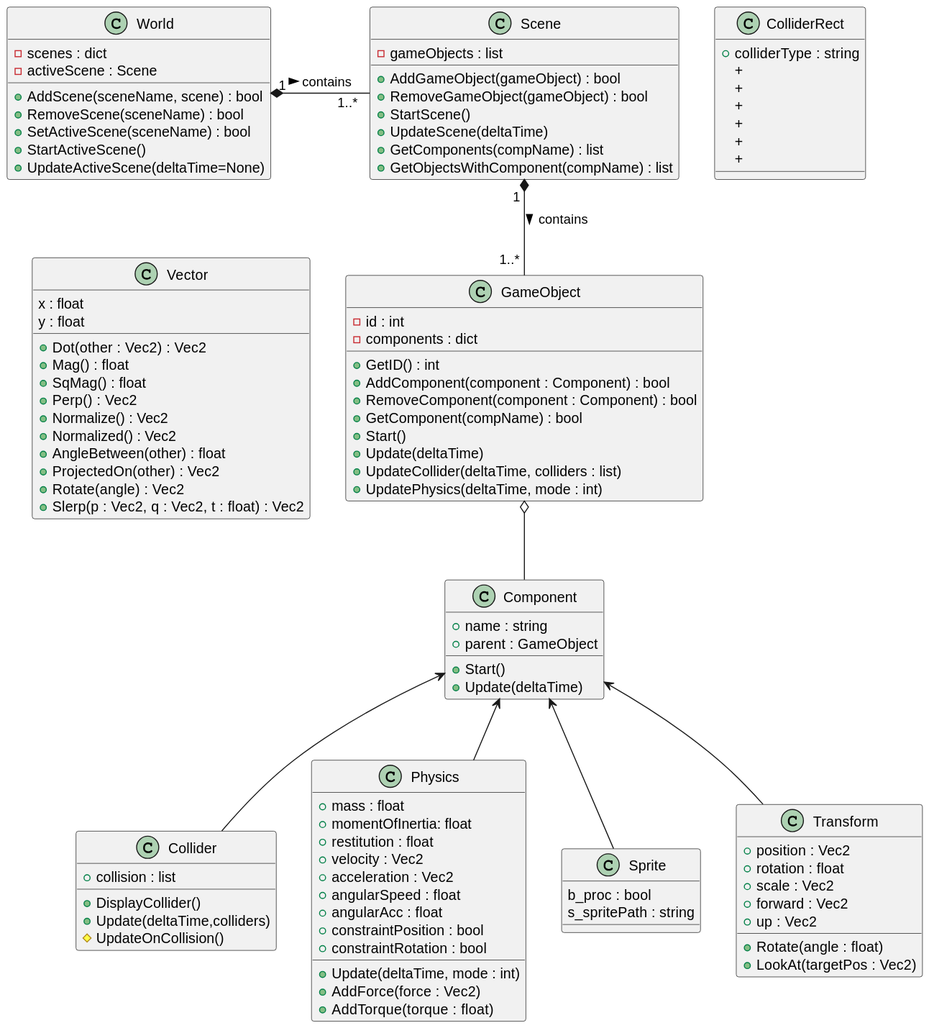
This is README-Graphics/Bouncy-Balls/UML-Diagrams/UML-Diagrams.svg from DantezMine/Bouncy-Balls, a PlantUML export, as it was before one commit. Its diagram source:
```plantuml
@startuml
skinparam backgroundColor white
    class Vector{
        {field} x : float
        {field} y : float
        {method} + Dot(other : Vec2) : Vec2
        {method} + Mag() : float
        {method} + SqMag() : float
        {method} + Perp() : Vec2
        {method} + Normalize() : Vec2
        {method} + Normalized() : Vec2
        {method} + AngleBetween(other) : float
        {method} + ProjectedOn(other) : Vec2
        {method} + Rotate(angle) : Vec2
        {method} + Slerp(p : Vec2, q : Vec2, t : float) : Vec2
    }
    class World{
        {field} - scenes : dict
        {field} - activeScene : Scene
        {method} + AddScene(sceneName, scene) : bool
        {method} + RemoveScene(sceneName) : bool
        {method} + SetActiveScene(sceneName) : bool
        {method} + StartActiveScene()
        {method} + UpdateActiveScene(deltaTime=None)
    }
    class Scene{
        {field} - gameObjects : list
        {method} + AddGameObject(gameObject) : bool
        {method} + RemoveGameObject(gameObject) : bool
        {method} + StartScene()
        {method} + UpdateScene(deltaTime)
        {method} + GetComponents(compName) : list
        {method} + GetObjectsWithComponent(compName) : list
    }

    class GameObject{
        {field} - id : int
        {field} - components : dict
        {method} + GetID() : int
        {method} + AddComponent(component : Component) : bool
        {method} + RemoveComponent(component : Component) : bool
        {method} + GetComponent(compName) : bool
        {method} + Start()
        {method} + Update(deltaTime)
        {method} + UpdateCollider(deltaTime, colliders : list)
        {method} + UpdatePhysics(deltaTime, mode : int)
    }

    class Component{
        {field} + name : string
        {field} + parent : GameObject
        {method} + Start()
        {method} + Update(deltaTime)
    }

    class Collider{
        {field} + collision : list
        {method} + DisplayCollider()
        {method} + Update(deltaTime,colliders)
        {method} # UpdateOnCollision()
    }

    class ColliderRect{
        {field} + colliderType : string
        {field} +
        {field} +
        {field} +
        {field} +
        {field} +
        {field} +
    }

    class Physics{
        {field} + mass : float
        {field} + momentOfInertia: float
        {field} + restitution : float
        {field} + velocity : Vec2
        {field} + acceleration : Vec2
        {field} + angularSpeed : float
        {field} + angularAcc : float
        {field} + constraintPosition : bool
        {field} + constraintRotation : bool
        {method} + Update(deltaTime, mode : int)
        {method} + AddForce(force : Vec2)
        {method} + AddTorque(torque : float)
    }

    class Sprite{
        {field} b_proc : bool
        {field} s_spritePath : string
    }

    class Transform{
        {field} + position : Vec2
        {field} + rotation : float
        {field} + scale : Vec2
        {field} + forward : Vec2
        {field} + up : Vec2
        {method} + Rotate(angle : float)
        {method} + LookAt(targetPos : Vec2)
    }

    World "1 " *--r "1..* " Scene : contains >
    Scene "1 " *-- "1..* " GameObject : contains >
    GameObject o-- Component
    GameObject -l[hidden] Vector
    Component <-- Collider
    Component <-- Physics
    Component <-- Sprite
    Component <-- Transform
@enduml
```
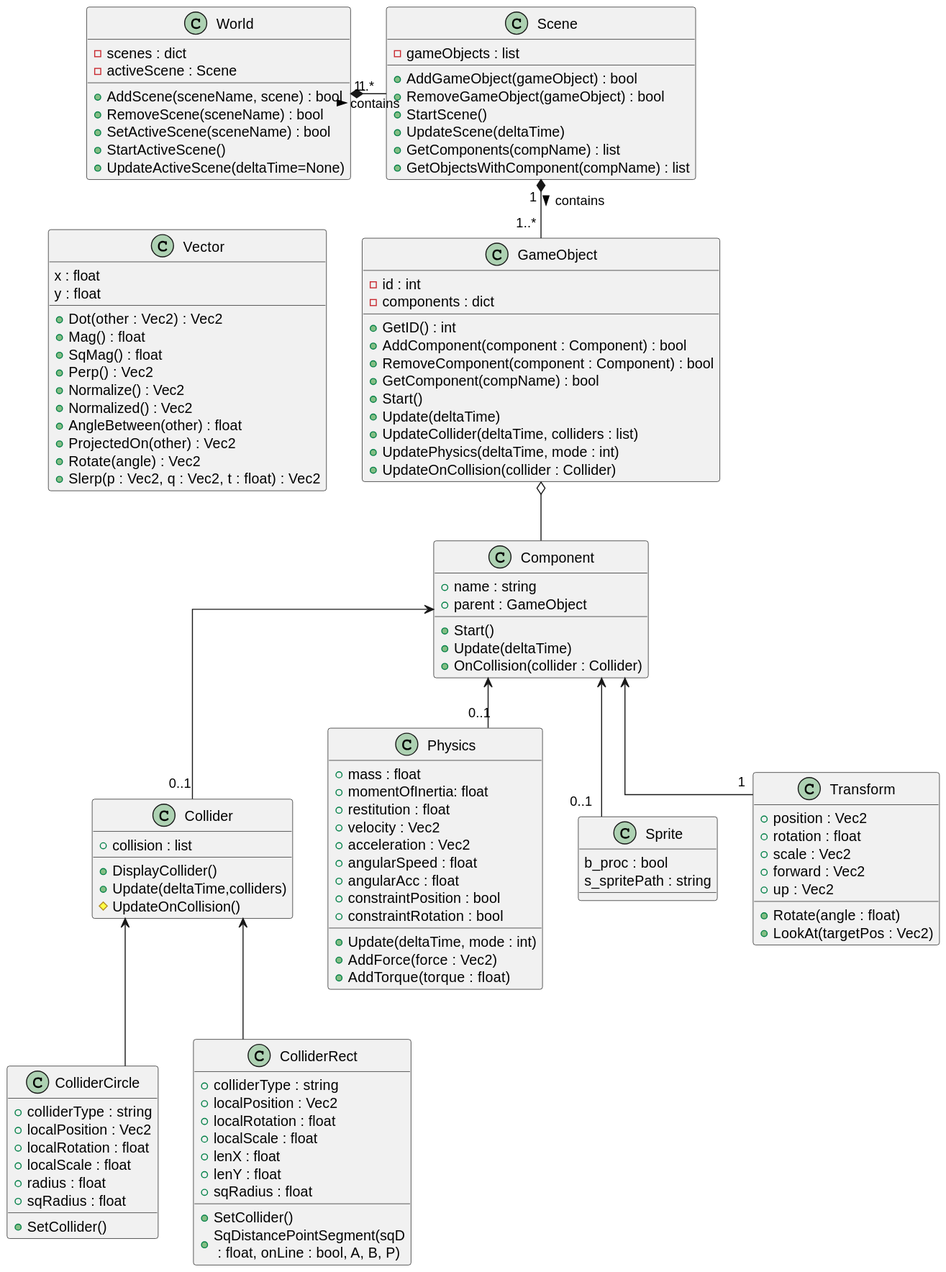
After the commit.

Commit message:
forgor exporting svg

What changed in the source:
```diff
@@ -1,5 +1,8 @@
 @startuml
 skinparam backgroundColor white
+    skinparam linetype ortho
+    skinparam ranksep 50
+
     class Vector{
         {field} x : float
         {field} y : float
@@ -44,6 +47,7 @@
         {method} + Update(deltaTime)
         {method} + UpdateCollider(deltaTime, colliders : list)
         {method} + UpdatePhysics(deltaTime, mode : int)
+        {method} + UpdateOnCollision(collider : Collider)
     }
 
     class Component{
@@ -51,6 +55,7 @@
         {field} + parent : GameObject
         {method} + Start()
         {method} + Update(deltaTime)
+        {method} + OnCollision(collider : Collider)
     }
 
     class Collider{
@@ -60,14 +65,28 @@
         {method} # UpdateOnCollision()
     }
 
+    together{
     class ColliderRect{
         {field} + colliderType : string
-        {field} +
-        {field} +
-        {field} +
-        {field} +
-        {field} +
-        {field} +
+        {field} + localPosition : Vec2
+        {field} + localRotation : float
+        {field} + localScale : float
+        {field} + lenX : float
+        {field} + lenY : float
+        {field} + sqRadius : float
+        {method} + SetCollider()
+        {method} + SqDistancePointSegment(sqD\n : float, onLine : bool, A, B, P)
+    }
+
+    class ColliderCircle{
+        {field} + colliderType : string
+        {field} + localPosition : Vec2
+        {field} + localRotation : float
+        {field} + localScale : float
+        {field} + radius : float
+        {field} + sqRadius : float
+        {method} + SetCollider()
+    }
     }
 
     class Physics{
@@ -100,12 +119,16 @@
         {method} + LookAt(targetPos : Vec2)
     }
 
+
     World "1 " *--r "1..* " Scene : contains >
     Scene "1 " *-- "1..* " GameObject : contains >
     GameObject o-- Component
     GameObject -l[hidden] Vector
-    Component <-- Collider
-    Component <-- Physics
-    Component <-- Sprite
-    Component <-- Transform
+    Component <-- "0..1" Collider
+    Component <-- "0..1" Physics
+    Component <-- "0..1" Sprite
+    Component <-- "1" Transform
+
+    Collider <--d ColliderRect
+    Collider <--d ColliderCircle
 @enduml
```
